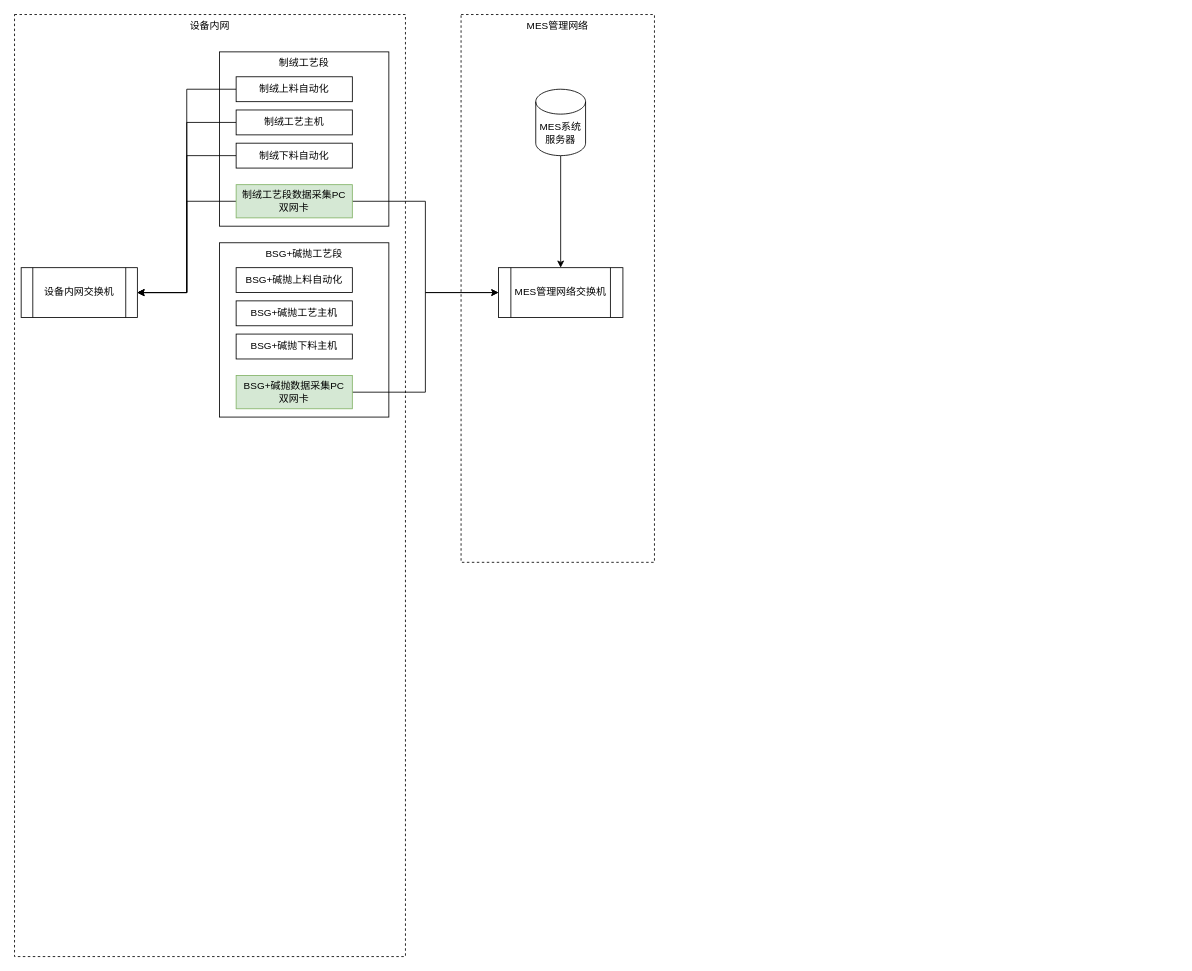
poenr/poenr.github.io keeps this draw.io diagram as 马来韩华网络架构图.drawio. Above is the earlier version. Source tidied: cells renumbered, new cells numbered last; positions are measured from the earlier drawing's top-left corner, leaving out a move shared by most shapes. Both pictures are drawn from the tidied source at 83%, with x=0, y=0 at pixel (14, 14).
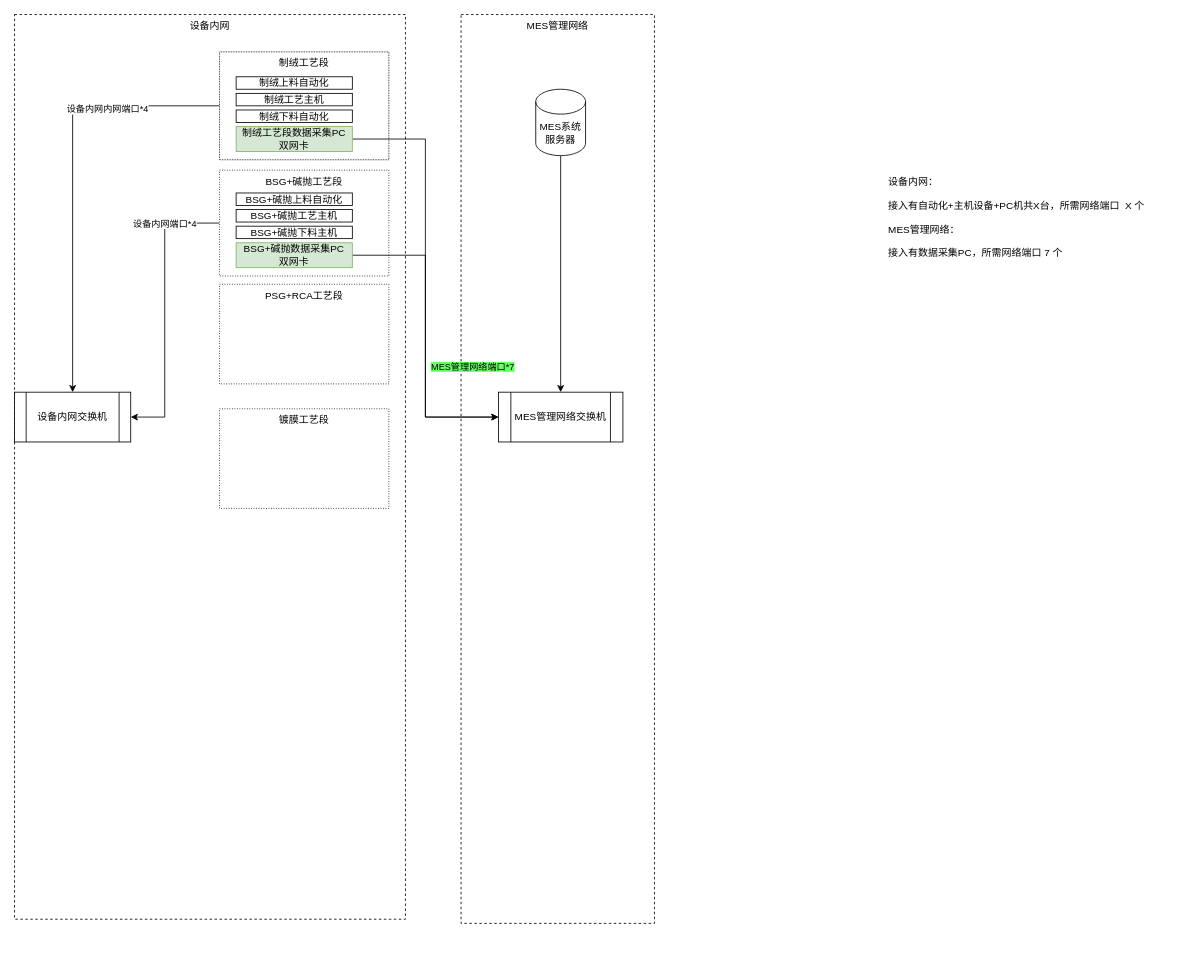
The same page after the edit.

Commit message:
更新马来韩华网络架构图.drawio

The change refers to these unchanged cells:
```xml
<mxCell id="19" style="edgeStyle=orthogonalEdgeStyle;rounded=0;jettySize=auto;html=1;exitX=1;exitY=0.5;exitDx=0;exitDy=0;entryX=0;entryY=0.5;entryDx=0;entryDy=0;" parent="1" edge="1" source="20" target="17">
  <mxGeometry relative="1" as="geometry" />
</mxCell>
```

The edit, as a diff of the source:
```diff
@@
     <mxCell id="2" value="MES管理网络" style="rounded=0;whiteSpace=wrap;html=1;verticalAlign=top;dashed=1;" parent="1" vertex="1">
-      <mxGeometry x="538" width="233" height="660" as="geometry" />
+      <mxGeometry x="538" width="233" height="1095" as="geometry" />
     </mxCell>
     <mxCell id="3" value="设备内网" style="rounded=0;whiteSpace=wrap;html=1;verticalAlign=top;dashed=1;" parent="1" vertex="1">
-      <mxGeometry width="471" height="1135" as="geometry" />
+      <mxGeometry width="471" height="1090" as="geometry" />
     </mxCell>
+    <mxCell id="24" style="edgeStyle=orthogonalEdgeStyle;rounded=0;jettySize=auto;html=1;exitX=0;exitY=0.5;exitDx=0;exitDy=0;entryX=0.5;entryY=0;entryDx=0;entryDy=0;" parent="1" edge="1" source="4" target="16">
+      <mxGeometry relative="1" as="geometry" />
+    </mxCell>
+    <mxCell id="25" value="设备内网内网端口*4" style="edgeLabel;html=1;align=center;verticalAlign=middle;" parent="24" vertex="1">
+      <mxGeometry x="-0.48" y="3" relative="1" as="geometry" />
+    </mxCell>
-    <mxCell id="4" value="制绒工艺段" style="rounded=0;whiteSpace=wrap;html=1;verticalAlign=top;" parent="1" vertex="1">
-      <mxGeometry x="247" y="45" width="204" height="210" as="geometry" />
+    <mxCell id="4" value="制绒工艺段" style="rounded=0;whiteSpace=wrap;html=1;verticalAlign=top;dashed=1;dashPattern=1 1;" parent="1" vertex="1">
+      <mxGeometry x="247" y="45" width="204" height="130" as="geometry" />
     </mxCell>
-    <mxCell id="5" style="edgeStyle=orthogonalEdgeStyle;rounded=0;jettySize=auto;html=1;exitX=0;exitY=0.5;exitDx=0;exitDy=0;entryX=1;entryY=0.5;entryDx=0;entryDy=0;" parent="1" edge="1" source="7" target="16">
-      <mxGeometry relative="1" as="geometry" />
-    </mxCell>
@@
     <mxCell id="7" value="&lt;p&gt;制绒工艺段数据采集PC&lt;br&gt;双网卡&lt;/p&gt;" style="rounded=0;whiteSpace=wrap;html=1;fillColor=#d5e8d4;strokeColor=#82b366;" parent="1" vertex="1">
-      <mxGeometry x="267" y="205" width="140" height="40" as="geometry" />
+      <mxGeometry x="267" y="135" width="140" height="30" as="geometry" />
     </mxCell>
-    <mxCell id="8" style="edgeStyle=orthogonalEdgeStyle;rounded=0;jettySize=auto;html=1;exitX=0;exitY=0.5;exitDx=0;exitDy=0;entryX=1;entryY=0.5;entryDx=0;entryDy=0;" parent="1" edge="1" source="9" target="16">
-      <mxGeometry relative="1" as="geometry" />
-    </mxCell>
     <mxCell id="9" value="制绒上料自动化" style="rounded=0;whiteSpace=wrap;html=1;" parent="1" vertex="1">
-      <mxGeometry x="267" y="75" width="140" height="30" as="geometry" />
+      <mxGeometry x="267" y="75" width="140" height="15" as="geometry" />
     </mxCell>
-    <mxCell id="10" style="edgeStyle=orthogonalEdgeStyle;rounded=0;jettySize=auto;html=1;exitX=0;exitY=0.5;exitDx=0;exitDy=0;entryX=1;entryY=0.5;entryDx=0;entryDy=0;" parent="1" edge="1" source="11" target="16">
-      <mxGeometry relative="1" as="geometry" />
-    </mxCell>
     <mxCell id="11" value="制绒工艺主机" style="rounded=0;whiteSpace=wrap;html=1;" parent="1" vertex="1">
-      <mxGeometry x="267" y="115" width="140" height="30" as="geometry" />
+      <mxGeometry x="267" y="95" width="140" height="15" as="geometry" />
     </mxCell>
-    <mxCell id="12" style="edgeStyle=orthogonalEdgeStyle;rounded=0;jettySize=auto;html=1;exitX=0;exitY=0.5;exitDx=0;exitDy=0;entryX=1;entryY=0.5;entryDx=0;entryDy=0;" parent="1" edge="1" source="13" target="16">
-      <mxGeometry relative="1" as="geometry" />
-    </mxCell>
     <mxCell id="13" value="制绒下料自动化" style="rounded=0;whiteSpace=wrap;html=1;" parent="1" vertex="1">
-      <mxGeometry x="267" y="155" width="140" height="30" as="geometry" />
+      <mxGeometry x="267" y="115" width="140" height="15" as="geometry" />
     </mxCell>
@@
     <mxCell id="16" value="&lt;span style=&quot;text-wrap-mode: nowrap;&quot;&gt;设备内网交换机&lt;/span&gt;" style="shape=process;whiteSpace=wrap;html=1;backgroundOutline=1;" parent="1" vertex="1">
-      <mxGeometry x="8" y="305" width="140" height="60" as="geometry" />
+      <mxGeometry y="455" width="140" height="60" as="geometry" />
     </mxCell>
     <mxCell id="17" value="&lt;span style=&quot;text-wrap-mode: nowrap;&quot;&gt;MES管理网络交换机&lt;/span&gt;" style="shape=process;whiteSpace=wrap;html=1;backgroundOutline=1;" parent="1" vertex="1">
-      <mxGeometry x="583" y="305" width="150" height="60" as="geometry" />
+      <mxGeometry x="583" y="455" width="150" height="60" as="geometry" />
     </mxCell>
+    <mxCell id="26" style="edgeStyle=orthogonalEdgeStyle;rounded=0;jettySize=auto;html=1;exitX=0;exitY=0.5;exitDx=0;exitDy=0;entryX=1;entryY=0.5;entryDx=0;entryDy=0;" parent="1" edge="1" source="18" target="16">
+      <mxGeometry relative="1" as="geometry">
+        <Array as="points">
+          <mxPoint x="181" y="251" />
+          <mxPoint x="181" y="485" />
+        </Array>
+      </mxGeometry>
+    </mxCell>
+    <mxCell id="27" value="设备内网端口*4" style="edgeLabel;html=1;align=center;verticalAlign=middle;" parent="26" vertex="1">
+      <mxGeometry x="-0.61" y="-1" relative="1" as="geometry" />
+    </mxCell>
-    <mxCell id="18" value="BSG+碱抛工艺段" style="rounded=0;whiteSpace=wrap;html=1;verticalAlign=top;" parent="1" vertex="1">
-      <mxGeometry x="247" y="275" width="204" height="210" as="geometry" />
+    <mxCell id="18" value="BSG+碱抛工艺段" style="rounded=0;whiteSpace=wrap;html=1;verticalAlign=top;dashed=1;dashPattern=1 2;" parent="1" vertex="1">
+      <mxGeometry x="247" y="187.5" width="204" height="127.5" as="geometry" />
     </mxCell>
@@
+    <mxCell id="28" value="&lt;span style=&quot;background-color: rgb(102, 255, 102);&quot;&gt;MES管理网络端口*7&lt;/span&gt;" style="edgeLabel;html=1;align=center;verticalAlign=middle;" parent="19" vertex="1">
+      <mxGeometry x="0.14" y="2" relative="1" as="geometry">
+        <mxPoint x="54" y="11" as="offset" />
+      </mxGeometry>
+    </mxCell>
     <mxCell id="20" value="&lt;p&gt;&lt;span style=&quot;background-color: transparent; color: light-dark(rgb(0, 0, 0), rgb(255, 255, 255));&quot;&gt;BSG+碱抛&lt;/span&gt;数据采集PC&lt;br&gt;双网卡&lt;/p&gt;" style="rounded=0;whiteSpace=wrap;html=1;fillColor=#d5e8d4;strokeColor=#82b366;" parent="1" vertex="1">
-      <mxGeometry x="267" y="435" width="140" height="40" as="geometry" />
+      <mxGeometry x="267" y="275" width="140" height="30" as="geometry" />
     </mxCell>
     <mxCell id="21" value="BSG+碱抛上料自动化" style="rounded=0;whiteSpace=wrap;html=1;" parent="1" vertex="1">
-      <mxGeometry x="267" y="305" width="140" height="30" as="geometry" />
+      <mxGeometry x="267" y="215" width="140" height="15" as="geometry" />
     </mxCell>
     <mxCell id="22" value="BSG+碱抛工艺主机" style="rounded=0;whiteSpace=wrap;html=1;" parent="1" vertex="1">
-      <mxGeometry x="267" y="345" width="140" height="30" as="geometry" />
+      <mxGeometry x="267" y="235" width="140" height="15" as="geometry" />
     </mxCell>
     <mxCell id="23" value="BSG+碱抛下料主机" style="rounded=0;whiteSpace=wrap;html=1;" parent="1" vertex="1">
-      <mxGeometry x="267" y="385" width="140" height="30" as="geometry" />
+      <mxGeometry x="267" y="255" width="140" height="15" as="geometry" />
     </mxCell>
+    <mxCell id="29" value="PSG+RCA工艺段" style="rounded=0;whiteSpace=wrap;html=1;verticalAlign=top;dashed=1;dashPattern=1 2;" parent="1" vertex="1">
+      <mxGeometry x="247" y="325" width="204" height="120" as="geometry" />
+    </mxCell>
+    <mxCell id="30" value="&lt;div&gt;设备内网：&lt;/div&gt;&lt;div&gt;&lt;br&gt;&lt;/div&gt;&lt;div&gt;接入有自动化+主机设备+PC机共X台，&lt;span style=&quot;background-color: transparent; color: light-dark(rgb(0, 0, 0), rgb(255, 255, 255));&quot;&gt;所需网络端口&amp;nbsp; X 个&lt;/span&gt;&lt;/div&gt;&lt;div&gt;&lt;br&gt;&lt;/div&gt;&lt;div&gt;MES管理网络：&lt;/div&gt;&lt;div&gt;&lt;br&gt;&lt;/div&gt;&lt;div&gt;接入有数据采集PC，所需网络端口 7 个&lt;/div&gt;" style="text;html=1;whiteSpace=wrap;strokeColor=none;fillColor=none;align=left;verticalAlign=top;rounded=0;" parent="1" vertex="1">
+      <mxGeometry x="1051" y="187.5" width="350" height="215" as="geometry" />
+    </mxCell>
+    <mxCell id="31" value="镀膜工艺段" style="rounded=0;whiteSpace=wrap;html=1;verticalAlign=top;dashed=1;dashPattern=1 2;" parent="1" vertex="1">
+      <mxGeometry x="247" y="475" width="204" height="120" as="geometry" />
+    </mxCell>
```
